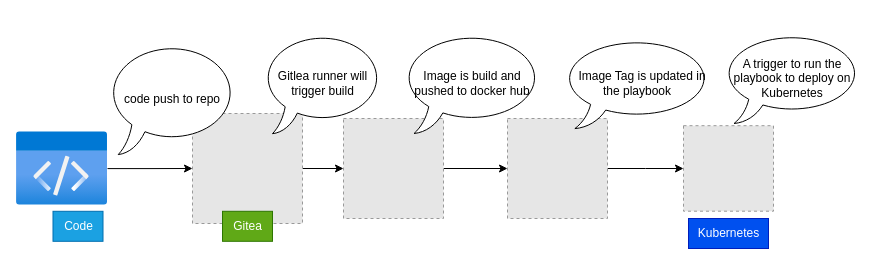
Before: Untitled Diagram.drawio in Invisiblelad/gitea-ansible-kubernetes, a draw.io diagram. Source tidied: cells renumbered, new cells numbered last; positions are measured from the earlier drawing's top-left corner, leaving out a move shared by most shapes. Both pictures are drawn from the tidied source at 100%, with x=0, y=0 at pixel (16, 33). Pictures stored in the file or linked from it are replaced by grey dashed boxes.
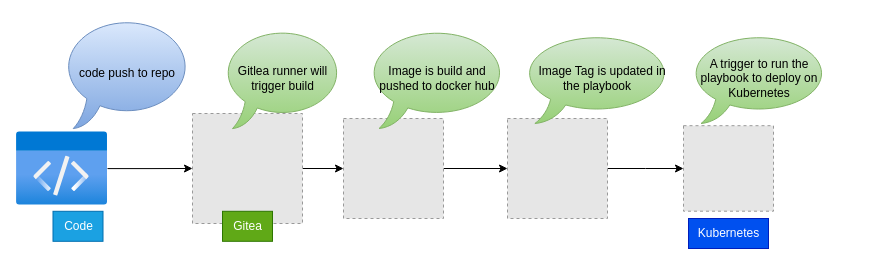
The same page after the edit.

Change to the diagram source:
```diff
@@
 <mxGraphModel>
   <root>
     <mxCell id="0" />
     <mxCell id="1" parent="0" />
     <mxCell id="2" style="edgeStyle=orthogonalEdgeStyle;rounded=0;jettySize=auto;html=1;" parent="1" edge="1" source="3" target="8">
       <mxGeometry relative="1" as="geometry" />
     </mxCell>
     <mxCell id="3" style="fillColor=#E6E6E6;strokeColor=#999999;dashed=1;verticalLabelPosition=bottom;labelBackgroundColor=default;verticalAlign=top;" parent="1" vertex="1">
       <mxGeometry x="176" y="80" width="110" height="110" as="geometry" />
     </mxCell>
     <mxCell id="4" style="edgeStyle=orthogonalEdgeStyle;rounded=0;jettySize=auto;html=1;" parent="1" edge="1" source="5" target="6">
       <mxGeometry relative="1" as="geometry" />
     </mxCell>
     <mxCell id="5" style="fillColor=#E6E6E6;strokeColor=#999999;dashed=1;verticalLabelPosition=bottom;labelBackgroundColor=default;verticalAlign=top;" parent="1" vertex="1">
       <mxGeometry x="491" y="85" width="100" height="100" as="geometry" />
     </mxCell>
     <mxCell id="6" style="fillColor=#E6E6E6;strokeColor=#999999;dashed=1;html=1;verticalLabelPosition=bottom;labelBackgroundColor=#ffffff;verticalAlign=top;fontColor=default;" parent="1" vertex="1">
       <mxGeometry x="667" y="92.2" width="90" height="85.5" as="geometry" />
     </mxCell>
     <mxCell id="7" style="edgeStyle=orthogonalEdgeStyle;rounded=0;jettySize=auto;html=1;" parent="1" edge="1" source="8" target="5">
       <mxGeometry relative="1" as="geometry" />
     </mxCell>
     <mxCell id="8" style="fillColor=#E6E6E6;strokeColor=#999999;dashed=1;verticalLabelPosition=bottom;labelBackgroundColor=none;verticalAlign=top;fontColor=none;" parent="1" vertex="1">
       <mxGeometry x="327" y="85" width="100" height="100" as="geometry" />
     </mxCell>
     <mxCell id="9" style="edgeStyle=orthogonalEdgeStyle;rounded=0;jettySize=auto;html=1;" parent="1" edge="1" source="10" target="3">
       <mxGeometry relative="1" as="geometry" />
     </mxCell>
     <mxCell id="10" style="image;html=1;points=[];align=center;fontSize=12;image=img/lib/azure2/general/Code.svg;" parent="1" vertex="1">
       <mxGeometry x="0.1" y="98.1" width="90.9" height="73.9" as="geometry" />
     </mxCell>
     <mxCell id="11" value="Gitea" style="text;html=1;align=center;verticalAlign=middle;strokeColor=#2D7600;fillColor=#60a917;fontColor=#ffffff;" parent="1" vertex="1">
       <mxGeometry x="206" y="177.8" width="50" height="30" as="geometry" />
     </mxCell>
     <mxCell id="12" value="Code" style="text;html=1;align=center;verticalAlign=middle;strokeColor=#006EAF;fillColor=#1ba1e2;fontColor=#ffffff;" parent="1" vertex="1">
       <mxGeometry x="36.5" y="177.8" width="50" height="30" as="geometry" />
     </mxCell>
     <mxCell id="13" value="Kubernetes" style="text;html=1;align=center;verticalAlign=middle;strokeColor=#001DBC;fillColor=#0050ef;fontColor=#ffffff;" parent="1" vertex="1">
       <mxGeometry x="672" y="185" width="80" height="30" as="geometry" />
     </mxCell>
-    <mxCell id="14" value="code push to repo" style="whiteSpace=wrap;html=1;shape=mxgraph.basic.oval_callout;" parent="1" vertex="1">
-      <mxGeometry x="91" y="10" width="130" height="111.1" as="geometry" />
+    <mxCell id="14" value="code push to repo" style="whiteSpace=wrap;html=1;shape=mxgraph.basic.oval_callout;fontSize=12;fillColor=#dae8fc;strokeColor=#6c8ebf;gradientColor=#7ea6e0;" parent="1" vertex="1">
+      <mxGeometry x="46" y="-16" width="130" height="111.1" as="geometry" />
     </mxCell>
-    <mxCell id="15" value="Gitlea runner will trigger build" style="whiteSpace=wrap;html=1;shape=mxgraph.basic.oval_callout;" parent="1" vertex="1">
-      <mxGeometry x="246" width="121" height="100.2" as="geometry" />
+    <mxCell id="15" value="Gitlea runner will trigger build" style="whiteSpace=wrap;html=1;shape=mxgraph.basic.oval_callout;fillColor=#d5e8d4;gradientColor=#97d077;strokeColor=#82b366;" parent="1" vertex="1">
+      <mxGeometry x="206" y="-5.1" width="121" height="100.2" as="geometry" />
     </mxCell>
-    <mxCell id="16" value="Image is build and pushed to docker hub" style="whiteSpace=wrap;html=1;shape=mxgraph.basic.oval_callout;" parent="1" vertex="1">
-      <mxGeometry x="386" width="140" height="100" as="geometry" />
+    <mxCell id="16" value="Image is build and pushed to docker hub" style="whiteSpace=wrap;html=1;shape=mxgraph.basic.oval_callout;fillColor=#d5e8d4;gradientColor=#97d077;strokeColor=#82b366;" parent="1" vertex="1">
+      <mxGeometry x="351" y="-5" width="140" height="100" as="geometry" />
     </mxCell>
-    <mxCell id="17" value="&lt;div style=&quot;&quot;&gt;&amp;nbsp; &amp;nbsp;Image Tag is updated in the playbook&lt;/div&gt;" style="whiteSpace=wrap;html=1;shape=mxgraph.basic.oval_callout;align=center;" parent="1" vertex="1">
-      <mxGeometry x="546" y="5.1" width="150" height="90" as="geometry" />
+    <mxCell id="17" value="&lt;div style=&quot;&quot;&gt;&amp;nbsp; &amp;nbsp;Image Tag is updated in the playbook&lt;/div&gt;" style="whiteSpace=wrap;html=1;shape=mxgraph.basic.oval_callout;align=center;fillColor=#d5e8d4;gradientColor=#97d077;strokeColor=#82b366;" parent="1" vertex="1">
+      <mxGeometry x="506" width="150" height="90" as="geometry" />
     </mxCell>
-    <mxCell id="18" value="A trigger to run the playbook to deploy on Kubernetes" style="whiteSpace=wrap;html=1;shape=mxgraph.basic.oval_callout;" parent="1" vertex="1">
-      <mxGeometry x="706" width="140" height="90" as="geometry" />
+    <mxCell id="18" value="A trigger to run the playbook to deploy on Kubernetes" style="whiteSpace=wrap;html=1;shape=mxgraph.basic.oval_callout;fillColor=#d5e8d4;gradientColor=#97d077;strokeColor=#82b366;" parent="1" vertex="1">
+      <mxGeometry x="673" width="140" height="90" as="geometry" />
     </mxCell>
   </root>
 </mxGraphModel>
```
